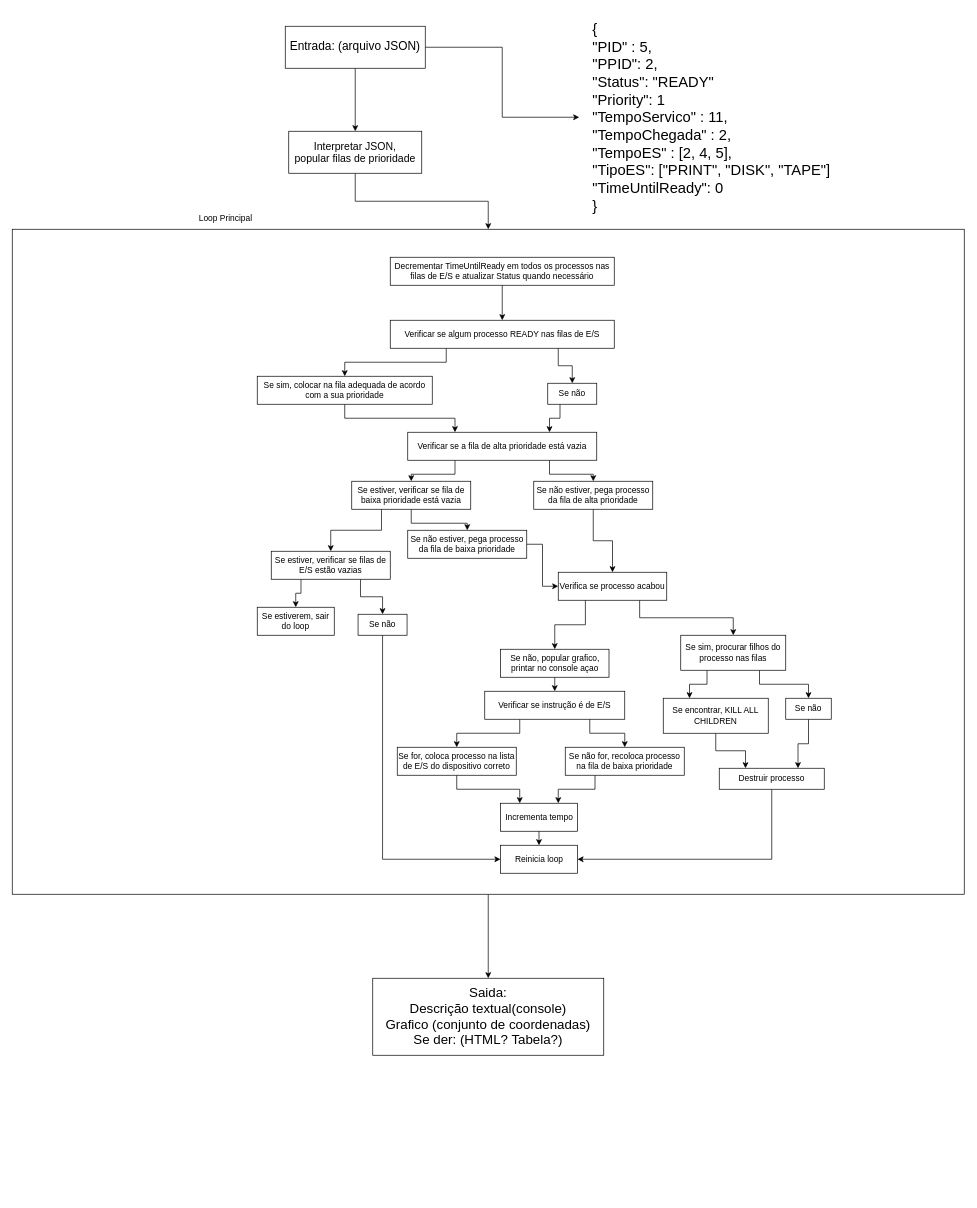
Before: os.drawio in fgiongo/simple-scheduler-sim, a draw.io diagram. Source tidied: cells renumbered, new cells numbered last; positions are measured from the earlier drawing's top-left corner, leaving out a move shared by most shapes. Both pictures are drawn from the tidied source at 70%, with x=0, y=0 at pixel (12, 12).
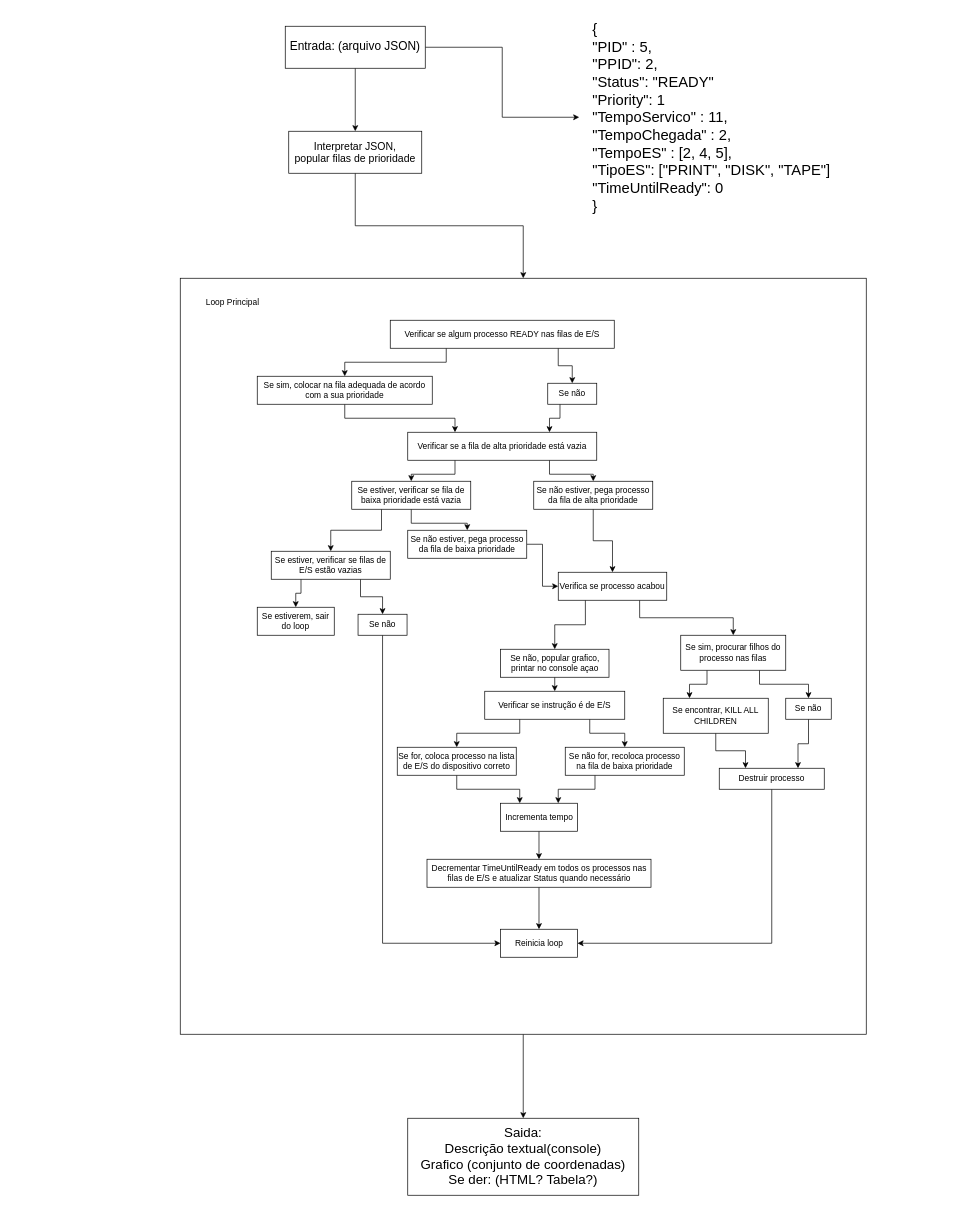
After the change.

The change refers to these unchanged cells:
```xml
<mxCell id="29" value="Verificar se algum processo READY nas filas de E/S" style="rounded=0;whiteSpace=wrap;html=1;" parent="1" vertex="1">
  <mxGeometry x="540" y="440" width="320" height="40" as="geometry" />
</mxCell>
<mxCell id="58" value="Incrementa tempo" style="rounded=0;whiteSpace=wrap;html=1;" parent="1" vertex="1">
  <mxGeometry x="697.5" y="1130" width="110" height="40" as="geometry" />
</mxCell>
```

Diff of the diagram source:
```diff
@@
     <mxCell id="6" value="&lt;font style=&quot;font-size: 19px;&quot;&gt;Saida:&lt;br&gt;Descrição textual(console)&lt;br&gt;Grafico (conjunto de coordenadas)&lt;br&gt;Se der: (HTML? Tabela?)&lt;br&gt;&lt;/font&gt;" style="rounded=0;whiteSpace=wrap;html=1;" parent="1" vertex="1">
-      <mxGeometry x="515" y="1380" width="330" height="110" as="geometry" />
+      <mxGeometry x="565" y="1580" width="330" height="110" as="geometry" />
     </mxCell>
@@
     <mxCell id="10" style="rounded=0;whiteSpace=wrap;html=1;" parent="1" vertex="1">
-      <mxGeometry y="310" width="1360" height="950" as="geometry" />
+      <mxGeometry x="240" y="380" width="980" height="1080" as="geometry" />
     </mxCell>
     <mxCell id="11" value="Loop Principal" style="text;html=1;strokeColor=none;fillColor=none;align=center;verticalAlign=middle;whiteSpace=wrap;rounded=0;" parent="1" vertex="1">
-      <mxGeometry x="260" y="280" width="90" height="30" as="geometry" />
+      <mxGeometry x="270" y="400" width="90" height="30" as="geometry" />
     </mxCell>
@@
     <mxCell id="42" value="Reinicia loop" style="rounded=0;whiteSpace=wrap;html=1;" parent="1" vertex="1">
-      <mxGeometry x="697.5" y="1190" width="110" height="40" as="geometry" />
+      <mxGeometry x="697.5" y="1310" width="110" height="40" as="geometry" />
     </mxCell>
@@
-    <mxCell id="55" style="edgeStyle=orthogonalEdgeStyle;rounded=0;jettySize=auto;html=1;exitX=0.5;exitY=1;exitDx=0;exitDy=0;" parent="1" edge="1" source="56" target="29">
-      <mxGeometry relative="1" as="geometry" />
-    </mxCell>
+    <mxCell id="61" style="edgeStyle=orthogonalEdgeStyle;rounded=0;jettySize=auto;html=1;exitX=0.5;exitY=1;exitDx=0;exitDy=0;entryX=0.5;entryY=0;entryDx=0;entryDy=0;" parent="1" edge="1" source="56" target="42">
+      <mxGeometry relative="1" as="geometry" />
+    </mxCell>
     <mxCell id="56" value="Decrementar TimeUntilReady em todos os processos nas filas de E/S e atualizar Status quando necessário" style="rounded=0;whiteSpace=wrap;html=1;" parent="1" vertex="1">
-      <mxGeometry x="540" y="350" width="320" height="40" as="geometry" />
+      <mxGeometry x="592.5" y="1210" width="320" height="40" as="geometry" />
     </mxCell>
-    <mxCell id="57" style="edgeStyle=orthogonalEdgeStyle;rounded=0;jettySize=auto;html=1;exitX=0.5;exitY=1;exitDx=0;exitDy=0;entryX=0.5;entryY=0;entryDx=0;entryDy=0;" parent="1" edge="1" source="58" target="42">
-      <mxGeometry relative="1" as="geometry" />
-    </mxCell>
+    <mxCell id="62" style="edgeStyle=orthogonalEdgeStyle;rounded=0;jettySize=auto;html=1;exitX=0.5;exitY=1;exitDx=0;exitDy=0;" parent="1" edge="1" source="58" target="56">
+      <mxGeometry relative="1" as="geometry" />
+    </mxCell>
```
